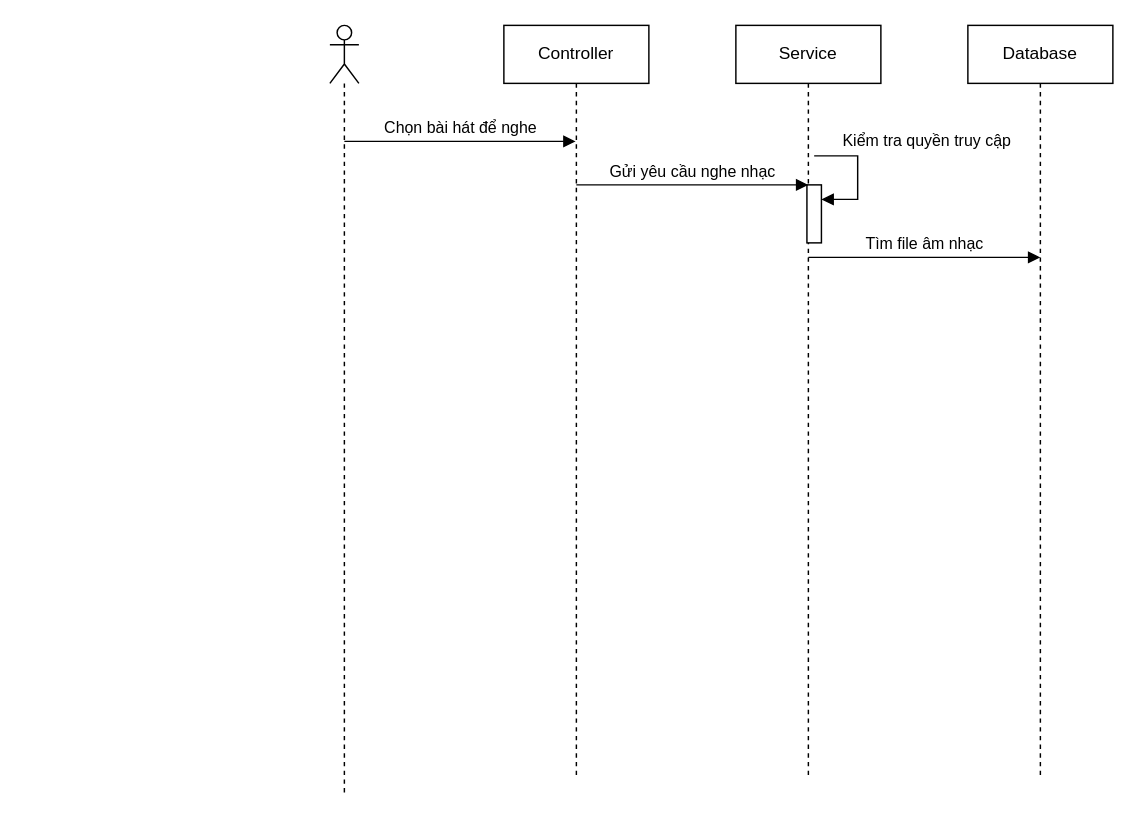
letham1612/test.ithub keeps this draw.io diagram as nghenhactructuyen.drawio. Above is the earlier version. Source tidied: cells renumbered, new cells numbered last; positions are measured from the earlier drawing's top-left corner, leaving out a move shared by most shapes. Both pictures are drawn from the tidied source at 145%, with x=0, y=0 at pixel (329, 25).
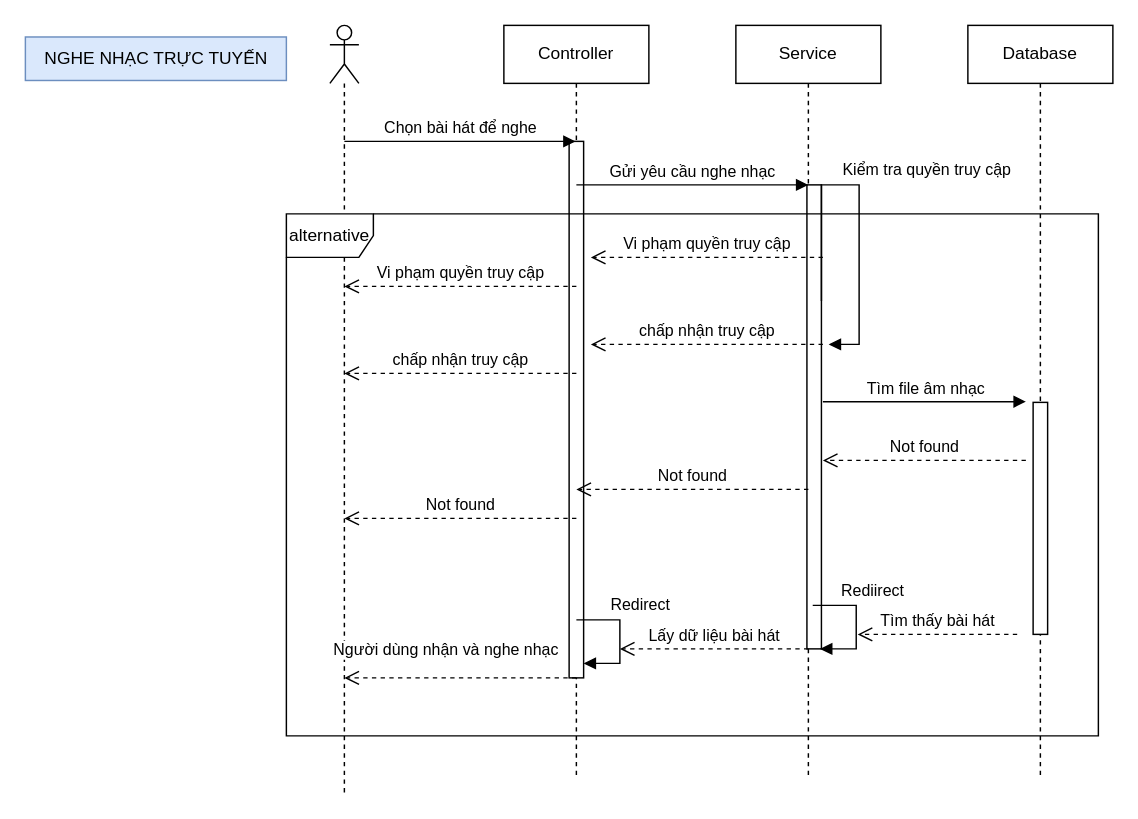
The same page after the edit.

Commit message (it also covers changes not shown here):
Cập nhật nghenhactructuyen.drawio

The change refers to these unchanged cells:
```xml
<mxCell id="3" value="Controller" style="shape=umlLifeline;perimeter=lifelinePerimeter;whiteSpace=wrap;html=1;outlineConnect=0;portConstraint=eastwest;newEdgeStyle={&quot;curved&quot;:0,&quot;rounded&quot;:0};" parent="1" vertex="1">
  <mxGeometry x="120" width="100" height="520" as="geometry" />
</mxCell>
<mxCell id="4" value="Service" style="shape=umlLifeline;perimeter=lifelinePerimeter;whiteSpace=wrap;html=1;newEdgeStyle={&quot;curved&quot;:0,&quot;rounded&quot;:0};" parent="1" vertex="1">
  <mxGeometry x="280" width="100" height="520" as="geometry" />
</mxCell>
<mxCell id="7" value="Database" style="shape=umlLifeline;perimeter=lifelinePerimeter;whiteSpace=wrap;html=1;newEdgeStyle={&quot;curved&quot;:0,&quot;rounded&quot;:0};" parent="1" vertex="1">
  <mxGeometry x="440" width="100" height="520" as="geometry" />
</mxCell>
```

Change to the diagram source:
```diff
@@
+    <mxCell id="11" style="html=1;perimeter=orthogonalPerimeter;targetShapes=umlLifeline;newEdgeStyle={&quot;curved&quot;:0,&quot;rounded&quot;:0};" parent="3" vertex="1">
+      <mxGeometry x="45" y="80" width="10" height="370" as="geometry" />
+    </mxCell>
@@
     <mxCell id="5" style="html=1;points=[[0,0,0,0,5],[0,1,0,0,-5],[1,0,0,0,5],[1,1,0,0,-5]];perimeter=orthogonalPerimeter;outlineConnect=0;targetShapes=umlLifeline;portConstraint=eastwest;newEdgeStyle={&quot;curved&quot;:0,&quot;rounded&quot;:0};" parent="4" vertex="1">
-      <mxGeometry x="49" y="110" width="10" height="40" as="geometry" />
+      <mxGeometry x="49" y="110" width="10" height="320" as="geometry" />
     </mxCell>
-    <mxCell id="6" value="Kiểm tra quyền truy cập" style="html=1;align=left;spacingLeft=2;endArrow=block;rounded=0;edgeStyle=orthogonalEdgeStyle;curved=0;rounded=0;" parent="4" edge="1" target="5">
-      <mxGeometry x="-0.62" y="10" relative="1" as="geometry">
-        <mxPoint x="54" y="90" as="sourcePoint" />
+    <mxCell id="6" value="Kiểm tra quyền truy cập" style="html=1;align=left;spacingLeft=2;endArrow=block;rounded=0;edgeStyle=orthogonalEdgeStyle;curved=0;rounded=0;" parent="4" edge="1">
+      <mxGeometry x="-0.23" y="10" relative="1" as="geometry">
+        <mxPoint x="59" y="190" as="sourcePoint" />
+        <mxPoint x="64" y="220" as="targetPoint" />
         <Array as="points">
-          <mxPoint x="84" y="120" />
+          <mxPoint x="59" y="110" />
+          <mxPoint x="85" y="110" />
+          <mxPoint x="85" y="220" />
         </Array>
       </mxGeometry>
     </mxCell>
+    <mxCell id="12" value="Rediirect" style="html=1;align=left;spacingLeft=2;endArrow=block;rounded=0;edgeStyle=orthogonalEdgeStyle;curved=0;rounded=0;" parent="4" edge="1">
+      <mxGeometry x="-0.62" y="10" relative="1" as="geometry">
+        <mxPoint x="53" y="400" as="sourcePoint" />
+        <mxPoint x="58" y="430" as="targetPoint" />
+        <Array as="points">
+          <mxPoint x="83" y="430" />
+        </Array>
+      </mxGeometry>
+    </mxCell>
@@
+    <mxCell id="13" style="html=1;perimeter=orthogonalPerimeter;targetShapes=umlLifeline;newEdgeStyle={&quot;curved&quot;:0,&quot;rounded&quot;:0};" parent="7" vertex="1">
+      <mxGeometry x="45" y="260" width="10" height="160" as="geometry" />
+    </mxCell>
@@
     <mxCell id="10" value="Tìm file âm nhạc" style="html=1;verticalAlign=bottom;endArrow=block;curved=0;rounded=0;" parent="1" edge="1">
-      <mxGeometry relative="1" as="geometry">
-        <mxPoint x="330" y="160" as="sourcePoint" />
-        <mxPoint x="490" y="160" as="targetPoint" />
+      <mxGeometry x="0.01" relative="1" as="geometry">
+        <mxPoint x="340" y="259.5" as="sourcePoint" />
+        <mxPoint x="480" y="259.5" as="targetPoint" />
       </mxGeometry>
     </mxCell>
+    <mxCell id="14" value="Not found" style="html=1;verticalAlign=bottom;endArrow=open;dashed=1;endSize=8;curved=0;rounded=0;" parent="1" edge="1">
+      <mxGeometry relative="1" as="geometry">
+        <mxPoint x="480" y="300" as="sourcePoint" />
+        <mxPoint x="340" y="300" as="targetPoint" />
+      </mxGeometry>
+    </mxCell>
+    <mxCell id="15" value="Not found" style="html=1;verticalAlign=bottom;endArrow=open;dashed=1;endSize=8;curved=0;rounded=0;" parent="1" edge="1">
+      <mxGeometry relative="1" as="geometry">
+        <mxPoint x="330" y="320" as="sourcePoint" />
+        <mxPoint x="170" y="320" as="targetPoint" />
+      </mxGeometry>
+    </mxCell>
+    <mxCell id="16" value="Not found" style="html=1;verticalAlign=bottom;endArrow=open;dashed=1;endSize=8;curved=0;rounded=0;" parent="1" edge="1">
+      <mxGeometry relative="1" as="geometry">
+        <mxPoint x="170" y="340" as="sourcePoint" />
+        <mxPoint x="10" y="340" as="targetPoint" />
+      </mxGeometry>
+    </mxCell>
+    <mxCell id="17" value="Tìm thấy bài hát" style="html=1;verticalAlign=bottom;endArrow=open;dashed=1;endSize=8;curved=0;rounded=0;" parent="1" edge="1">
+      <mxGeometry relative="1" as="geometry">
+        <mxPoint x="474" y="420" as="sourcePoint" />
+        <mxPoint x="364" y="420" as="targetPoint" />
+      </mxGeometry>
+    </mxCell>
+    <mxCell id="18" value="Lấy dữ liệu bài hát" style="html=1;verticalAlign=bottom;endArrow=open;dashed=1;endSize=8;curved=0;rounded=0;" parent="1" edge="1">
+      <mxGeometry relative="1" as="geometry">
+        <mxPoint x="330" y="430" as="sourcePoint" />
+        <mxPoint x="200" y="430" as="targetPoint" />
+      </mxGeometry>
+    </mxCell>
+    <mxCell id="19" value="Người dùng nhận và nghe nhạc" style="html=1;verticalAlign=bottom;endArrow=open;dashed=1;endSize=8;curved=0;rounded=0;" parent="1" edge="1">
+      <mxGeometry x="0.13" y="-10" relative="1" as="geometry">
+        <mxPoint x="170" y="450" as="sourcePoint" />
+        <mxPoint x="10" y="450" as="targetPoint" />
+      </mxGeometry>
+    </mxCell>
+    <mxCell id="20" value="alternative" style="shape=umlFrame;whiteSpace=wrap;html=1;" parent="1" vertex="1">
+      <mxGeometry x="-30" y="130" width="560" height="360" as="geometry" />
+    </mxCell>
+    <mxCell id="21" value="Redirect" style="html=1;align=left;spacingLeft=2;endArrow=block;rounded=0;edgeStyle=orthogonalEdgeStyle;curved=0;rounded=0;" parent="1" edge="1">
+      <mxGeometry x="-0.53" y="10" relative="1" as="geometry">
+        <mxPoint x="170" y="410" as="sourcePoint" />
+        <mxPoint x="175" y="440" as="targetPoint" />
+        <Array as="points">
+          <mxPoint x="200" y="410" />
+          <mxPoint x="200" y="440" />
+        </Array>
+      </mxGeometry>
+    </mxCell>
+    <mxCell id="22" value="NGHE NHẠC TRỰC TUYẾN" style="text;html=1;align=center;verticalAlign=middle;strokeColor=#6c8ebf;fillColor=#dae8fc;" parent="1" vertex="1">
+      <mxGeometry x="-210" y="8" width="180" height="30" as="geometry" />
+    </mxCell>
+    <mxCell id="23" value="Vi phạm quyền truy cập" style="html=1;verticalAlign=bottom;endArrow=open;dashed=1;endSize=8;curved=0;rounded=0;" parent="1" edge="1">
+      <mxGeometry relative="1" as="geometry">
+        <mxPoint x="340" y="160" as="sourcePoint" />
+        <mxPoint x="180" y="160" as="targetPoint" />
+      </mxGeometry>
+    </mxCell>
+    <mxCell id="24" value="Vi phạm quyền truy cập" style="html=1;verticalAlign=bottom;endArrow=open;dashed=1;endSize=8;curved=0;rounded=0;" parent="1" edge="1">
+      <mxGeometry relative="1" as="geometry">
+        <mxPoint x="170" y="180" as="sourcePoint" />
+        <mxPoint x="10" y="180" as="targetPoint" />
+      </mxGeometry>
+    </mxCell>
+    <mxCell id="25" value="chấp nhận truy cập" style="html=1;verticalAlign=bottom;endArrow=open;dashed=1;endSize=8;curved=0;rounded=0;" parent="1" edge="1">
+      <mxGeometry relative="1" as="geometry">
+        <mxPoint x="340" y="220" as="sourcePoint" />
+        <mxPoint x="180" y="220" as="targetPoint" />
+      </mxGeometry>
+    </mxCell>
+    <mxCell id="26" value="chấp nhận truy cập" style="html=1;verticalAlign=bottom;endArrow=open;dashed=1;endSize=8;curved=0;rounded=0;" parent="1" edge="1">
+      <mxGeometry relative="1" as="geometry">
+        <mxPoint x="170" y="240" as="sourcePoint" />
+        <mxPoint x="10" y="240" as="targetPoint" />
+      </mxGeometry>
+    </mxCell>
```
